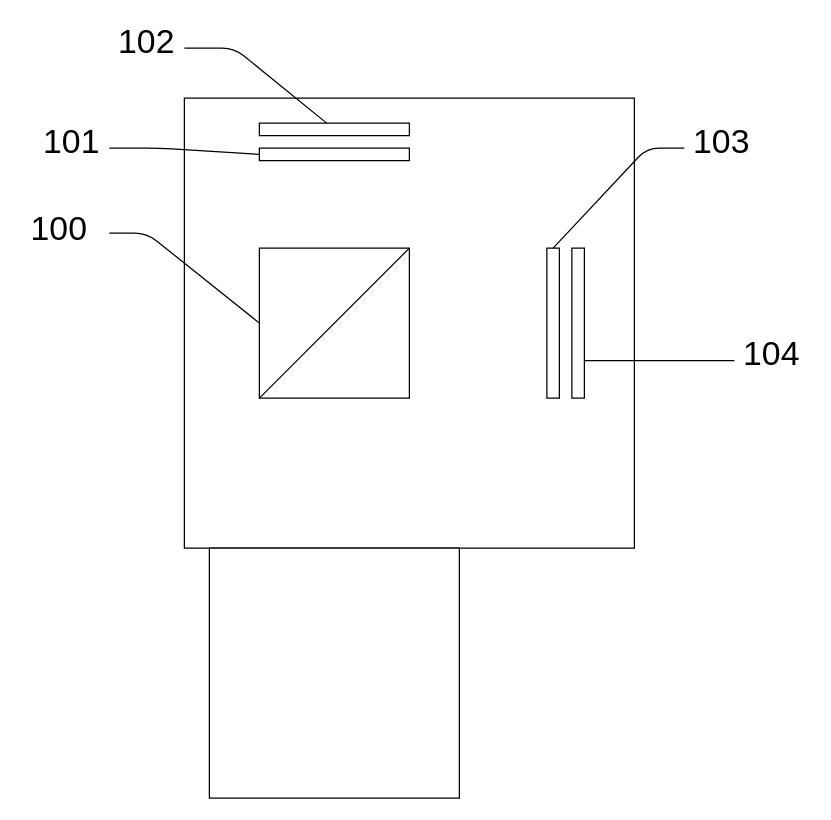
Mintpasokon/OpenCV-wavelet keeps this draw.io diagram as Untitled Diagram.drawio. Above is the earlier version. Source tidied: cells renumbered, new cells numbered last; positions are measured from the earlier drawing's top-left corner, leaving out a move shared by most shapes. Both pictures are drawn from the tidied source at 125%, with x=0, y=0 at pixel (21, 22).
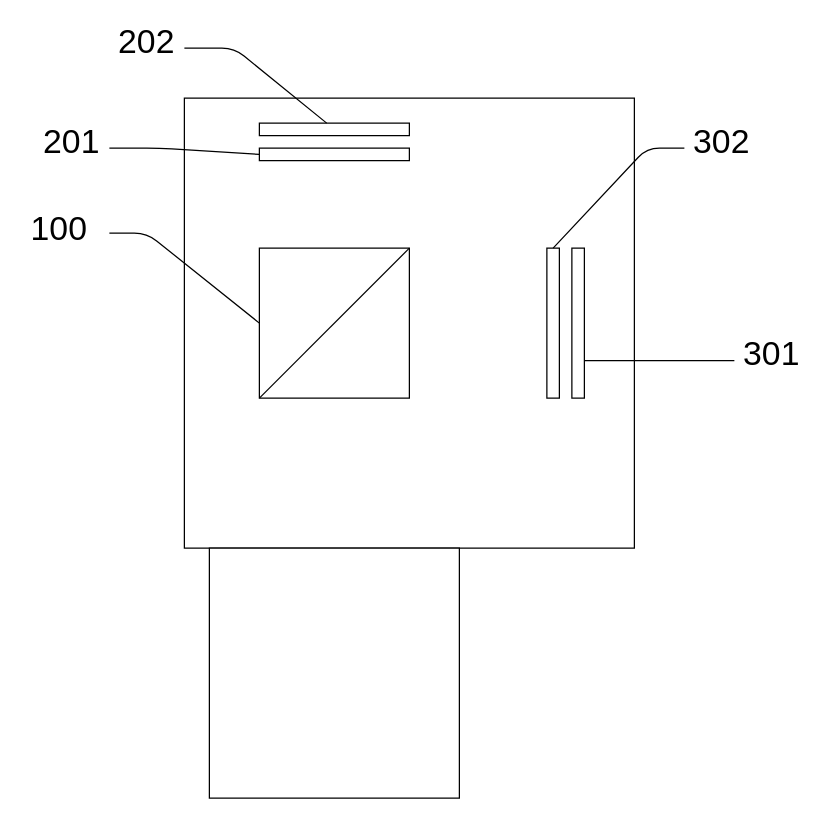
The same diagram, later.

The edit, as a diff of the source:
```diff
@@
-    <mxCell id="13" value="104" style="rounded=0;whiteSpace=wrap;html=1;fontSize=27;opacity=0;" parent="1" vertex="1">
+    <mxCell id="13" value="301" style="rounded=0;whiteSpace=wrap;html=1;fontSize=27;opacity=0;" parent="1" vertex="1">
       <mxGeometry x="570" y="250" width="60" height="30" as="geometry" />
     </mxCell>
@@
-    <mxCell id="15" value="103" style="rounded=0;whiteSpace=wrap;html=1;fontSize=27;opacity=0;" parent="1" vertex="1">
+    <mxCell id="15" value="302" style="rounded=0;whiteSpace=wrap;html=1;fontSize=27;opacity=0;" parent="1" vertex="1">
       <mxGeometry x="530" y="80" width="60" height="30" as="geometry" />
     </mxCell>
@@
-    <mxCell id="18" value="101" style="rounded=0;whiteSpace=wrap;html=1;fontSize=27;opacity=0;" parent="1" vertex="1">
+    <mxCell id="18" value="201" style="rounded=0;whiteSpace=wrap;html=1;fontSize=27;opacity=0;" parent="1" vertex="1">
       <mxGeometry x="10" y="80" width="60" height="30" as="geometry" />
     </mxCell>
-    <mxCell id="19" value="102" style="rounded=0;whiteSpace=wrap;html=1;fontSize=27;opacity=0;" parent="1" vertex="1">
+    <mxCell id="19" value="202" style="rounded=0;whiteSpace=wrap;html=1;fontSize=27;opacity=0;" parent="1" vertex="1">
       <mxGeometry x="70" width="60" height="30" as="geometry" />
     </mxCell>
```
